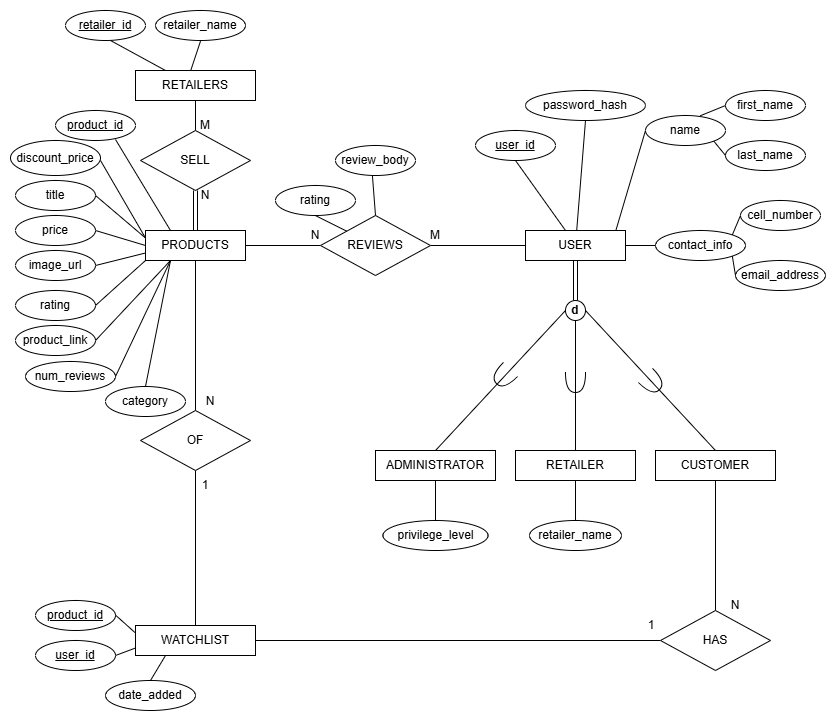
This is Documentation/EER/EER-diagram.png from COS221-Assignment5-IndexFive/COS221_Assignment5, a draw.io export, as it was before one commit. Source tidied: cells renumbered, new cells last; positions are measured from the earlier drawing's top-left corner, leaving out a move shared by most shapes. Source of this version:
```xml
<mxGraphModel>
  <root>
    <mxCell id="0" />
    <mxCell id="1" parent="0" />
    <mxCell id="2" style="edgeStyle=orthogonalEdgeStyle;rounded=0;jettySize=auto;html=1;endArrow=none;startFill=0;entryX=0.5;entryY=0;entryDx=0;entryDy=0;" parent="1" edge="1" source="3" target="72">
      <mxGeometry relative="1" as="geometry" />
    </mxCell>
    <mxCell id="3" value="PRODUCTS" style="rounded=0;whiteSpace=wrap;html=1;" parent="1" vertex="1">
      <mxGeometry x="135" y="220" width="100" height="30" as="geometry" />
    </mxCell>
    <mxCell id="4" value="USER" style="rounded=0;whiteSpace=wrap;html=1;" parent="1" vertex="1">
      <mxGeometry x="515" y="220" width="100" height="30" as="geometry" />
    </mxCell>
    <mxCell id="5" value="ADMINISTRATOR" style="rounded=0;whiteSpace=wrap;html=1;" parent="1" vertex="1">
      <mxGeometry x="365" y="440" width="120" height="30" as="geometry" />
    </mxCell>
    <mxCell id="6" style="edgeStyle=orthogonalEdgeStyle;rounded=0;jettySize=auto;html=1;exitX=0.5;exitY=1;exitDx=0;exitDy=0;entryX=0.5;entryY=0;entryDx=0;entryDy=0;endArrow=none;startFill=0;" parent="1" edge="1" source="7" target="21">
      <mxGeometry relative="1" as="geometry" />
    </mxCell>
    <mxCell id="7" value="RETAILERS" style="rounded=0;whiteSpace=wrap;html=1;" parent="1" vertex="1">
      <mxGeometry x="125" y="60" width="120" height="30" as="geometry" />
    </mxCell>
    <mxCell id="8" value="first_name" style="ellipse;whiteSpace=wrap;html=1;" parent="1" vertex="1">
      <mxGeometry x="715" y="80" width="80" height="30" as="geometry" />
    </mxCell>
    <mxCell id="9" value="last_name" style="ellipse;whiteSpace=wrap;html=1;" parent="1" vertex="1">
      <mxGeometry x="715" y="130" width="80" height="30" as="geometry" />
    </mxCell>
    <mxCell id="10" value="cell_number" style="ellipse;whiteSpace=wrap;html=1;" parent="1" vertex="1">
      <mxGeometry x="730" y="190" width="80" height="30" as="geometry" />
    </mxCell>
    <mxCell id="11" value="&lt;u&gt;product_id&lt;/u&gt;" style="ellipse;whiteSpace=wrap;html=1;" parent="1" vertex="1">
      <mxGeometry x="45" y="100" width="80" height="30" as="geometry" />
    </mxCell>
    <mxCell id="12" value="&lt;u&gt;user_id&lt;/u&gt;" style="ellipse;whiteSpace=wrap;html=1;" parent="1" vertex="1">
      <mxGeometry x="465" y="120" width="80" height="30" as="geometry" />
    </mxCell>
    <mxCell id="13" value="price" style="ellipse;whiteSpace=wrap;html=1;" parent="1" vertex="1">
      <mxGeometry x="5" y="205" width="80" height="30" as="geometry" />
    </mxCell>
    <mxCell id="14" value="title" style="ellipse;whiteSpace=wrap;html=1;" parent="1" vertex="1">
      <mxGeometry x="5" y="170" width="80" height="30" as="geometry" />
    </mxCell>
    <mxCell id="15" value="rating" style="ellipse;whiteSpace=wrap;html=1;" parent="1" vertex="1">
      <mxGeometry x="5" y="280" width="80" height="30" as="geometry" />
    </mxCell>
    <mxCell id="16" value="&lt;u&gt;retailer_id&lt;/u&gt;" style="ellipse;whiteSpace=wrap;html=1;" parent="1" vertex="1">
      <mxGeometry x="55" width="80" height="30" as="geometry" />
    </mxCell>
    <mxCell id="17" value="retailer_name" style="ellipse;whiteSpace=wrap;html=1;" parent="1" vertex="1">
      <mxGeometry x="145" width="90" height="30" as="geometry" />
    </mxCell>
    <mxCell id="18" value="num_reviews" style="ellipse;whiteSpace=wrap;html=1;" parent="1" vertex="1">
      <mxGeometry x="15" y="351" width="90" height="30" as="geometry" />
    </mxCell>
    <mxCell id="19" value="product_link" style="ellipse;whiteSpace=wrap;html=1;" parent="1" vertex="1">
      <mxGeometry x="5" y="315" width="80" height="30" as="geometry" />
    </mxCell>
    <mxCell id="20" style="edgeStyle=orthogonalEdgeStyle;rounded=0;jettySize=auto;html=1;entryX=0.5;entryY=0;entryDx=0;entryDy=0;endArrow=none;startFill=0;shape=link;" parent="1" edge="1" source="21" target="3">
      <mxGeometry relative="1" as="geometry" />
    </mxCell>
    <mxCell id="21" value="SELL" style="rhombus;whiteSpace=wrap;html=1;" parent="1" vertex="1">
      <mxGeometry x="130" y="120" width="110" height="60" as="geometry" />
    </mxCell>
    <mxCell id="22" value="discount_price" style="ellipse;whiteSpace=wrap;html=1;" parent="1" vertex="1">
      <mxGeometry y="130" width="90" height="35" as="geometry" />
    </mxCell>
    <mxCell id="23" value="image_url" style="ellipse;whiteSpace=wrap;html=1;" parent="1" vertex="1">
      <mxGeometry x="5" y="240" width="80" height="30" as="geometry" />
    </mxCell>
    <mxCell id="24" value="M" style="text;strokeColor=none;align=center;fillColor=none;html=1;verticalAlign=middle;whiteSpace=wrap;rounded=0;" parent="1" vertex="1">
      <mxGeometry x="165" y="100" width="60" height="30" as="geometry" />
    </mxCell>
    <mxCell id="25" value="N" style="text;strokeColor=none;align=center;fillColor=none;html=1;verticalAlign=middle;whiteSpace=wrap;rounded=0;" parent="1" vertex="1">
      <mxGeometry x="165" y="170" width="60" height="30" as="geometry" />
    </mxCell>
    <mxCell id="26" style="edgeStyle=none;jettySize=auto;html=1;rounded=0;entryX=0.5;entryY=1;entryDx=0;entryDy=0;endArrow=none;startFill=0;exitX=0.459;exitY=0.016;exitDx=0;exitDy=0;exitPerimeter=0;" parent="1" edge="1" source="7">
      <mxGeometry relative="1" as="geometry">
        <mxPoint x="190" y="30.7" as="targetPoint" />
      </mxGeometry>
    </mxCell>
    <mxCell id="27" style="edgeStyle=none;jettySize=auto;html=1;rounded=0;entryX=0.5;entryY=1;entryDx=0;entryDy=0;endArrow=none;startFill=0;exitX=0.25;exitY=0;exitDx=0;exitDy=0;" parent="1" edge="1" source="7">
      <mxGeometry relative="1" as="geometry">
        <mxPoint x="100" y="30" as="targetPoint" />
      </mxGeometry>
    </mxCell>
    <mxCell id="28" style="edgeStyle=orthogonalEdgeStyle;rounded=0;orthogonalLoop=1;jettySize=auto;html=1;exitX=0.5;exitY=1;exitDx=0;exitDy=0;" parent="1" edge="1" source="19" target="19">
      <mxGeometry relative="1" as="geometry" />
    </mxCell>
    <mxCell id="29" style="edgeStyle=orthogonalEdgeStyle;rounded=0;orthogonalLoop=1;jettySize=auto;html=1;exitX=0.5;exitY=1;exitDx=0;exitDy=0;" parent="1" edge="1" source="22" target="22">
      <mxGeometry relative="1" as="geometry" />
    </mxCell>
    <mxCell id="30" style="edgeStyle=orthogonalEdgeStyle;rounded=0;jettySize=auto;html=1;exitX=0;exitY=0.5;exitDx=0;exitDy=0;endArrow=none;startFill=0;entryX=1;entryY=0.5;entryDx=0;entryDy=0;" parent="1" edge="1" source="34" target="3">
      <mxGeometry relative="1" as="geometry" />
    </mxCell>
    <mxCell id="31" value="rating" style="ellipse;whiteSpace=wrap;html=1;" parent="1" vertex="1">
      <mxGeometry x="265" y="175" width="80" height="30" as="geometry" />
    </mxCell>
    <mxCell id="32" value="review_body" style="ellipse;whiteSpace=wrap;html=1;" parent="1" vertex="1">
      <mxGeometry x="325" y="135" width="80" height="30" as="geometry" />
    </mxCell>
    <mxCell id="33" style="edgeStyle=orthogonalEdgeStyle;rounded=0;jettySize=auto;html=1;exitX=1;exitY=0.5;exitDx=0;exitDy=0;entryX=0;entryY=0.5;entryDx=0;entryDy=0;endArrow=none;startFill=0;" parent="1" edge="1" source="34" target="4">
      <mxGeometry relative="1" as="geometry" />
    </mxCell>
    <mxCell id="34" value="REVIEWS" style="rhombus;whiteSpace=wrap;html=1;" parent="1" vertex="1">
      <mxGeometry x="310" y="205" width="110" height="60" as="geometry" />
    </mxCell>
    <mxCell id="35" value="M" style="text;strokeColor=none;align=center;fillColor=none;html=1;verticalAlign=middle;whiteSpace=wrap;rounded=0;" parent="1" vertex="1">
      <mxGeometry x="395" y="210" width="60" height="30" as="geometry" />
    </mxCell>
    <mxCell id="36" value="N" style="text;strokeColor=none;align=center;fillColor=none;html=1;verticalAlign=middle;whiteSpace=wrap;rounded=0;" parent="1" vertex="1">
      <mxGeometry x="275" y="210" width="60" height="30" as="geometry" />
    </mxCell>
    <mxCell id="37" style="edgeStyle=orthogonalEdgeStyle;rounded=0;jettySize=auto;html=1;exitX=0.5;exitY=0;exitDx=0;exitDy=0;entryX=0.5;entryY=1;entryDx=0;entryDy=0;endArrow=none;startFill=0;" parent="1" edge="1" source="38" target="5">
      <mxGeometry relative="1" as="geometry" />
    </mxCell>
    <mxCell id="38" value="privilege_level" style="ellipse;whiteSpace=wrap;html=1;" parent="1" vertex="1">
      <mxGeometry x="372.5" y="510" width="105" height="30" as="geometry" />
    </mxCell>
    <mxCell id="39" value="email_address" style="ellipse;whiteSpace=wrap;html=1;" parent="1" vertex="1">
      <mxGeometry x="725" y="250" width="90" height="30" as="geometry" />
    </mxCell>
    <mxCell id="40" value="password_hash" style="ellipse;whiteSpace=wrap;html=1;" parent="1" vertex="1">
      <mxGeometry x="515" y="80" width="120" height="30" as="geometry" />
    </mxCell>
    <mxCell id="41" value="name" style="ellipse;whiteSpace=wrap;html=1;" parent="1" vertex="1">
      <mxGeometry x="635" y="105" width="80" height="30" as="geometry" />
    </mxCell>
    <mxCell id="42" style="edgeStyle=orthogonalEdgeStyle;rounded=0;jettySize=auto;html=1;exitX=0;exitY=0.5;exitDx=0;exitDy=0;entryX=1;entryY=0.75;entryDx=0;entryDy=0;endArrow=none;startFill=0;" parent="1" edge="1" source="43" target="4">
      <mxGeometry relative="1" as="geometry" />
    </mxCell>
    <mxCell id="43" value="contact_info" style="ellipse;whiteSpace=wrap;html=1;" parent="1" vertex="1">
      <mxGeometry x="645" y="220" width="90" height="30" as="geometry" />
    </mxCell>
    <mxCell id="44" style="edgeStyle=none;jettySize=auto;html=1;rounded=0;entryX=0.86;entryY=0.347;entryDx=0;entryDy=0;entryPerimeter=0;endArrow=none;endFill=1;startFill=0;" parent="1" edge="1" source="34">
      <mxGeometry relative="1" as="geometry">
        <mxPoint x="304.8" y="205" as="targetPoint" />
      </mxGeometry>
    </mxCell>
    <mxCell id="45" style="edgeStyle=none;jettySize=auto;html=1;rounded=0;endArrow=none;endFill=1;startFill=0;exitX=0.5;exitY=0;exitDx=0;exitDy=0;" parent="1" edge="1" source="34">
      <mxGeometry relative="1" as="geometry">
        <mxPoint x="361.9" y="165" as="targetPoint" />
      </mxGeometry>
    </mxCell>
    <mxCell id="46" style="edgeStyle=none;jettySize=auto;html=1;rounded=0;endArrow=none;startFill=0;exitX=0.5;exitY=1;exitDx=0;exitDy=0;" parent="1" edge="1" source="40" target="4">
      <mxGeometry relative="1" as="geometry" />
    </mxCell>
    <mxCell id="47" style="edgeStyle=none;jettySize=auto;html=1;rounded=0;endArrow=none;startFill=0;entryX=0.4;entryY=0;entryDx=0;entryDy=0;entryPerimeter=0;exitX=0.5;exitY=1;exitDx=0;exitDy=0;" parent="1" edge="1" source="12" target="4">
      <mxGeometry relative="1" as="geometry" />
    </mxCell>
    <mxCell id="48" style="edgeStyle=none;jettySize=auto;html=1;rounded=0;endArrow=none;startFill=0;entryX=0.904;entryY=-0.005;entryDx=0;entryDy=0;entryPerimeter=0;exitX=0;exitY=0.5;exitDx=0;exitDy=0;" parent="1" edge="1" source="41" target="4">
      <mxGeometry relative="1" as="geometry" />
    </mxCell>
    <mxCell id="49" style="edgeStyle=none;jettySize=auto;html=1;rounded=0;endArrow=none;startFill=0;entryX=0.684;entryY=0.01;entryDx=0;entryDy=0;entryPerimeter=0;exitX=0;exitY=0.5;exitDx=0;exitDy=0;" parent="1" edge="1" source="8" target="41">
      <mxGeometry relative="1" as="geometry" />
    </mxCell>
    <mxCell id="50" style="edgeStyle=none;jettySize=auto;html=1;rounded=0;endArrow=none;startFill=0;entryX=0;entryY=0.5;entryDx=0;entryDy=0;exitX=1;exitY=1;exitDx=0;exitDy=0;" parent="1" edge="1" source="41" target="9">
      <mxGeometry relative="1" as="geometry" />
    </mxCell>
    <mxCell id="51" style="edgeStyle=none;jettySize=auto;html=1;rounded=0;endArrow=none;startFill=0;entryX=0;entryY=0.5;entryDx=0;entryDy=0;exitX=1;exitY=0;exitDx=0;exitDy=0;" parent="1" edge="1" source="43" target="10">
      <mxGeometry relative="1" as="geometry" />
    </mxCell>
    <mxCell id="52" style="edgeStyle=none;jettySize=auto;html=1;rounded=0;endArrow=none;startFill=0;entryX=0;entryY=0.5;entryDx=0;entryDy=0;exitX=1;exitY=1;exitDx=0;exitDy=0;" parent="1" edge="1" source="43" target="39">
      <mxGeometry relative="1" as="geometry" />
    </mxCell>
    <mxCell id="53" style="edgeStyle=orthogonalEdgeStyle;rounded=0;jettySize=auto;html=1;entryX=0.5;entryY=0;entryDx=0;entryDy=0;endArrow=none;startFill=0;" parent="1" edge="1" source="54" target="66">
      <mxGeometry relative="1" as="geometry" />
    </mxCell>
    <mxCell id="54" value="RETAILER" style="rounded=0;whiteSpace=wrap;html=1;" parent="1" vertex="1">
      <mxGeometry x="505" y="440" width="120" height="30" as="geometry" />
    </mxCell>
    <mxCell id="55" value="CUSTOMER" style="rounded=0;whiteSpace=wrap;html=1;" parent="1" vertex="1">
      <mxGeometry x="645" y="440" width="120" height="30" as="geometry" />
    </mxCell>
    <mxCell id="56" style="verticalLabelPosition=bottom;verticalAlign=top;html=1;shape=mxgraph.flowchart.on-page_reference;" parent="1" vertex="1">
      <mxGeometry x="555" y="290" width="20" height="20" as="geometry" />
    </mxCell>
    <mxCell id="57" style="edgeStyle=orthogonalEdgeStyle;rounded=0;jettySize=auto;html=1;exitX=0.5;exitY=1;exitDx=0;exitDy=0;entryX=0.5;entryY=0;entryDx=0;entryDy=0;entryPerimeter=0;endArrow=none;startFill=0;shape=link;" parent="1" edge="1" source="4" target="56">
      <mxGeometry relative="1" as="geometry" />
    </mxCell>
    <mxCell id="58" style="endArrow=none;html=1;rounded=0;exitX=0.5;exitY=0;exitDx=0;exitDy=0;entryX=0;entryY=0.5;entryDx=0;entryDy=0;entryPerimeter=0;" parent="1" edge="1" source="5" target="56">
      <mxGeometry relative="1" as="geometry" />
    </mxCell>
    <mxCell id="59" style="endArrow=none;html=1;rounded=0;exitX=0.5;exitY=0;exitDx=0;exitDy=0;entryX=0.5;entryY=1;entryDx=0;entryDy=0;entryPerimeter=0;" parent="1" edge="1" source="54" target="56">
      <mxGeometry relative="1" as="geometry" />
    </mxCell>
    <mxCell id="60" style="endArrow=none;html=1;rounded=0;entryX=1;entryY=0.5;entryDx=0;entryDy=0;entryPerimeter=0;exitX=0.5;exitY=0;exitDx=0;exitDy=0;" parent="1" edge="1" source="55" target="56">
      <mxGeometry relative="1" as="geometry" />
    </mxCell>
    <mxCell id="61" value="&lt;b&gt;d&lt;/b&gt;" style="text;strokeColor=none;align=center;fillColor=none;html=1;verticalAlign=middle;whiteSpace=wrap;rounded=0;" parent="1" vertex="1">
      <mxGeometry x="535" y="285" width="60" height="30" as="geometry" />
    </mxCell>
    <mxCell id="62" style="shape=requiredInterface;html=1;verticalLabelPosition=bottom;sketch=0;rotation=135;" parent="1" vertex="1">
      <mxGeometry x="483" y="356" width="20" height="20" as="geometry" />
    </mxCell>
    <mxCell id="63" style="shape=requiredInterface;html=1;verticalLabelPosition=bottom;sketch=0;rotation=90;" parent="1" vertex="1">
      <mxGeometry x="555" y="362" width="20" height="20" as="geometry" />
    </mxCell>
    <mxCell id="64" style="shape=requiredInterface;html=1;verticalLabelPosition=bottom;sketch=0;rotation=45;" parent="1" vertex="1">
      <mxGeometry x="632" y="362" width="20" height="20" as="geometry" />
    </mxCell>
    <mxCell id="65" value="category" style="ellipse;whiteSpace=wrap;html=1;" parent="1" vertex="1">
      <mxGeometry x="95" y="376" width="80" height="30" as="geometry" />
    </mxCell>
    <mxCell id="66" value="retailer_name" style="ellipse;whiteSpace=wrap;html=1;" parent="1" vertex="1">
      <mxGeometry x="519" y="510" width="92" height="30" as="geometry" />
    </mxCell>
    <mxCell id="67" style="edgeStyle=orthogonalEdgeStyle;rounded=0;jettySize=auto;html=1;entryX=0;entryY=0.5;entryDx=0;entryDy=0;endArrow=none;startFill=0;" parent="1" edge="1" source="68" target="73">
      <mxGeometry relative="1" as="geometry" />
    </mxCell>
    <mxCell id="68" value="WATCHLIST" style="rounded=0;whiteSpace=wrap;html=1;" parent="1" vertex="1">
      <mxGeometry x="125" y="615" width="120" height="30" as="geometry" />
    </mxCell>
    <mxCell id="69" style="edgeStyle=orthogonalEdgeStyle;rounded=0;jettySize=auto;html=1;endArrow=none;startFill=0;exitX=0.5;exitY=1;exitDx=0;exitDy=0;" parent="1" edge="1" source="72" target="68">
      <mxGeometry relative="1" as="geometry" />
    </mxCell>
    <mxCell id="70" style="edgeStyle=orthogonalEdgeStyle;rounded=0;jettySize=auto;html=1;exitX=0.5;exitY=0;exitDx=0;exitDy=0;endArrow=none;startFill=0;" parent="1" edge="1" source="73" target="55">
      <mxGeometry relative="1" as="geometry" />
    </mxCell>
    <mxCell id="71" value="date_added" style="ellipse;whiteSpace=wrap;html=1;" parent="1" vertex="1">
      <mxGeometry x="95" y="670" width="90" height="30" as="geometry" />
    </mxCell>
    <mxCell id="72" value="OF" style="rhombus;whiteSpace=wrap;html=1;" parent="1" vertex="1">
      <mxGeometry x="130" y="400" width="110" height="60" as="geometry" />
    </mxCell>
    <mxCell id="73" value="HAS" style="rhombus;whiteSpace=wrap;html=1;" parent="1" vertex="1">
      <mxGeometry x="650" y="600" width="110" height="60" as="geometry" />
    </mxCell>
    <mxCell id="74" value="1" style="text;strokeColor=none;align=center;fillColor=none;html=1;verticalAlign=middle;whiteSpace=wrap;rounded=0;" parent="1" vertex="1">
      <mxGeometry x="611" y="600" width="60" height="30" as="geometry" />
    </mxCell>
    <mxCell id="75" value="N" style="text;strokeColor=none;align=center;fillColor=none;html=1;verticalAlign=middle;whiteSpace=wrap;rounded=0;" parent="1" vertex="1">
      <mxGeometry x="695" y="580" width="60" height="30" as="geometry" />
    </mxCell>
    <mxCell id="76" value="1" style="text;strokeColor=none;align=center;fillColor=none;html=1;verticalAlign=middle;whiteSpace=wrap;rounded=0;" parent="1" vertex="1">
      <mxGeometry x="165" y="460" width="60" height="30" as="geometry" />
    </mxCell>
    <mxCell id="77" value="N" style="text;strokeColor=none;align=center;fillColor=none;html=1;verticalAlign=middle;whiteSpace=wrap;rounded=0;" parent="1" vertex="1">
      <mxGeometry x="170" y="376" width="60" height="30" as="geometry" />
    </mxCell>
    <mxCell id="78" style="edgeStyle=none;jettySize=auto;html=1;rounded=0;entryX=0.25;entryY=0;entryDx=0;entryDy=0;endArrow=none;startFill=0;" parent="1" edge="1" target="3">
      <mxGeometry relative="1" as="geometry">
        <mxPoint x="105" y="129" as="sourcePoint" />
      </mxGeometry>
    </mxCell>
    <mxCell id="79" style="edgeStyle=none;jettySize=auto;html=1;rounded=0;entryX=0;entryY=0.25;entryDx=0;entryDy=0;endArrow=none;startFill=0;" parent="1" edge="1" target="3">
      <mxGeometry relative="1" as="geometry">
        <mxPoint x="90" y="150" as="sourcePoint" />
      </mxGeometry>
    </mxCell>
    <mxCell id="80" style="edgeStyle=none;jettySize=auto;html=1;rounded=0;entryX=0;entryY=0.25;entryDx=0;entryDy=0;exitX=1;exitY=0.5;exitDx=0;exitDy=0;endArrow=none;startFill=0;" parent="1" edge="1" source="14" target="3">
      <mxGeometry relative="1" as="geometry" />
    </mxCell>
    <mxCell id="81" style="edgeStyle=none;jettySize=auto;html=1;rounded=0;entryX=0;entryY=0.5;entryDx=0;entryDy=0;exitX=1;exitY=0.5;exitDx=0;exitDy=0;endArrow=none;startFill=0;" parent="1" edge="1" source="13" target="3">
      <mxGeometry relative="1" as="geometry" />
    </mxCell>
    <mxCell id="82" style="edgeStyle=none;jettySize=auto;html=1;rounded=0;entryX=0;entryY=0.75;entryDx=0;entryDy=0;exitX=1;exitY=0.5;exitDx=0;exitDy=0;endArrow=none;startFill=0;" parent="1" edge="1" source="23" target="3">
      <mxGeometry relative="1" as="geometry" />
    </mxCell>
    <mxCell id="83" style="edgeStyle=none;jettySize=auto;html=1;rounded=0;entryX=0;entryY=1;entryDx=0;entryDy=0;exitX=1;exitY=0.5;exitDx=0;exitDy=0;endArrow=none;startFill=0;" parent="1" edge="1" source="15" target="3">
      <mxGeometry relative="1" as="geometry" />
    </mxCell>
    <mxCell id="84" style="edgeStyle=none;jettySize=auto;html=1;rounded=0;entryX=0.25;entryY=1;entryDx=0;entryDy=0;exitX=1;exitY=0.5;exitDx=0;exitDy=0;endArrow=none;startFill=0;" parent="1" edge="1" source="19" target="3">
      <mxGeometry relative="1" as="geometry" />
    </mxCell>
    <mxCell id="85" style="edgeStyle=none;jettySize=auto;html=1;rounded=0;entryX=0.25;entryY=1;entryDx=0;entryDy=0;exitX=1;exitY=0.5;exitDx=0;exitDy=0;endArrow=none;startFill=0;" parent="1" edge="1" source="18" target="3">
      <mxGeometry relative="1" as="geometry" />
    </mxCell>
    <mxCell id="86" style="edgeStyle=none;jettySize=auto;html=1;rounded=0;entryX=0.25;entryY=1;entryDx=0;entryDy=0;exitX=0.5;exitY=0;exitDx=0;exitDy=0;endArrow=none;startFill=0;" parent="1" edge="1" source="65" target="3">
      <mxGeometry relative="1" as="geometry" />
    </mxCell>
    <mxCell id="87" value="&lt;u&gt;product_id&lt;/u&gt;" style="ellipse;whiteSpace=wrap;html=1;" parent="1" vertex="1">
      <mxGeometry x="25" y="590" width="80" height="30" as="geometry" />
    </mxCell>
    <mxCell id="88" value="&lt;u&gt;user_id&lt;/u&gt;" style="ellipse;whiteSpace=wrap;html=1;" parent="1" vertex="1">
      <mxGeometry x="25" y="630" width="80" height="30" as="geometry" />
    </mxCell>
    <mxCell id="89" style="edgeStyle=none;jettySize=auto;html=1;rounded=0;entryX=0;entryY=0.25;entryDx=0;entryDy=0;endArrow=none;startFill=0;" parent="1" edge="1" target="68">
      <mxGeometry relative="1" as="geometry">
        <mxPoint x="105" y="604.6" as="sourcePoint" />
      </mxGeometry>
    </mxCell>
    <mxCell id="90" style="edgeStyle=none;jettySize=auto;html=1;rounded=0;entryX=0;entryY=0.75;entryDx=0;entryDy=0;endArrow=none;startFill=0;" parent="1" edge="1" target="68">
      <mxGeometry relative="1" as="geometry">
        <mxPoint x="105" y="645" as="sourcePoint" />
      </mxGeometry>
    </mxCell>
    <mxCell id="91" style="edgeStyle=none;jettySize=auto;html=1;rounded=0;entryX=0.25;entryY=1;entryDx=0;entryDy=0;endArrow=none;startFill=0;exitX=0.5;exitY=0;exitDx=0;exitDy=0;" parent="1" edge="1" source="71" target="68">
      <mxGeometry relative="1" as="geometry" />
    </mxCell>
  </root>
</mxGraphModel>
```
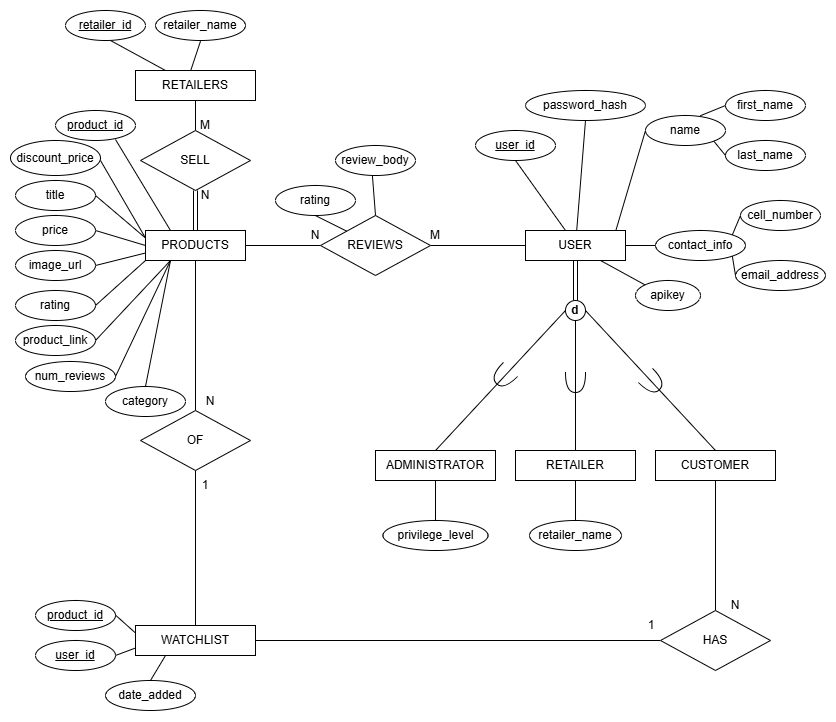
After the commit.

Commit message:
Added apikey field to users table in EER

The edit, as a diff of the source:
```diff
@@ -288,5 +288,11 @@
     <mxCell id="91" style="edgeStyle=none;jettySize=auto;html=1;rounded=0;entryX=0.25;entryY=1;entryDx=0;entryDy=0;endArrow=none;startFill=0;exitX=0.5;exitY=0;exitDx=0;exitDy=0;" parent="1" edge="1" source="71" target="68">
       <mxGeometry relative="1" as="geometry" />
     </mxCell>
+    <mxCell id="92" value="apikey" style="ellipse;whiteSpace=wrap;html=1;" parent="1" vertex="1">
+      <mxGeometry x="625" y="270" width="65" height="30" as="geometry" />
+    </mxCell>
+    <mxCell id="93" style="edgeStyle=none;jettySize=auto;html=1;rounded=0;entryX=0;entryY=0;entryDx=0;entryDy=0;exitX=0.75;exitY=1;exitDx=0;exitDy=0;endArrow=none;startFill=0;" parent="1" edge="1" source="4" target="92">
+      <mxGeometry relative="1" as="geometry" />
+    </mxCell>
   </root>
 </mxGraphModel>
```
